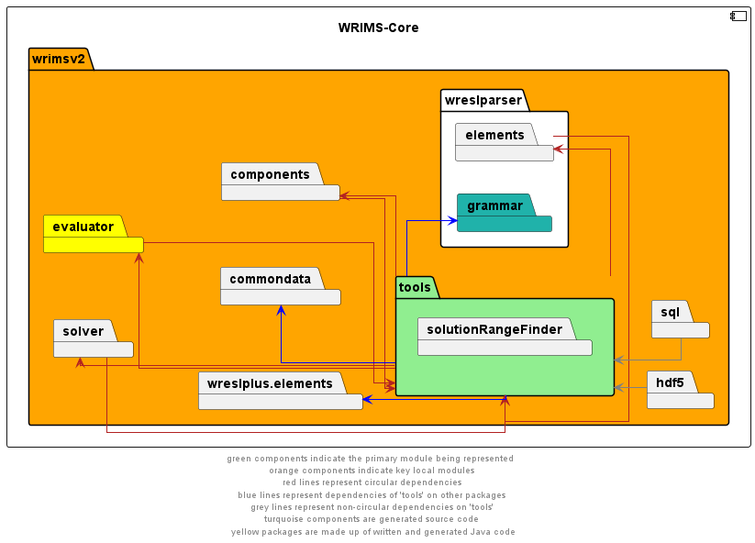
Before: docs/diagrams/wrims-core/wrims-core_tools.png, a diagram exported from PlantUML (CentralValleyModeling/wrims-engine).
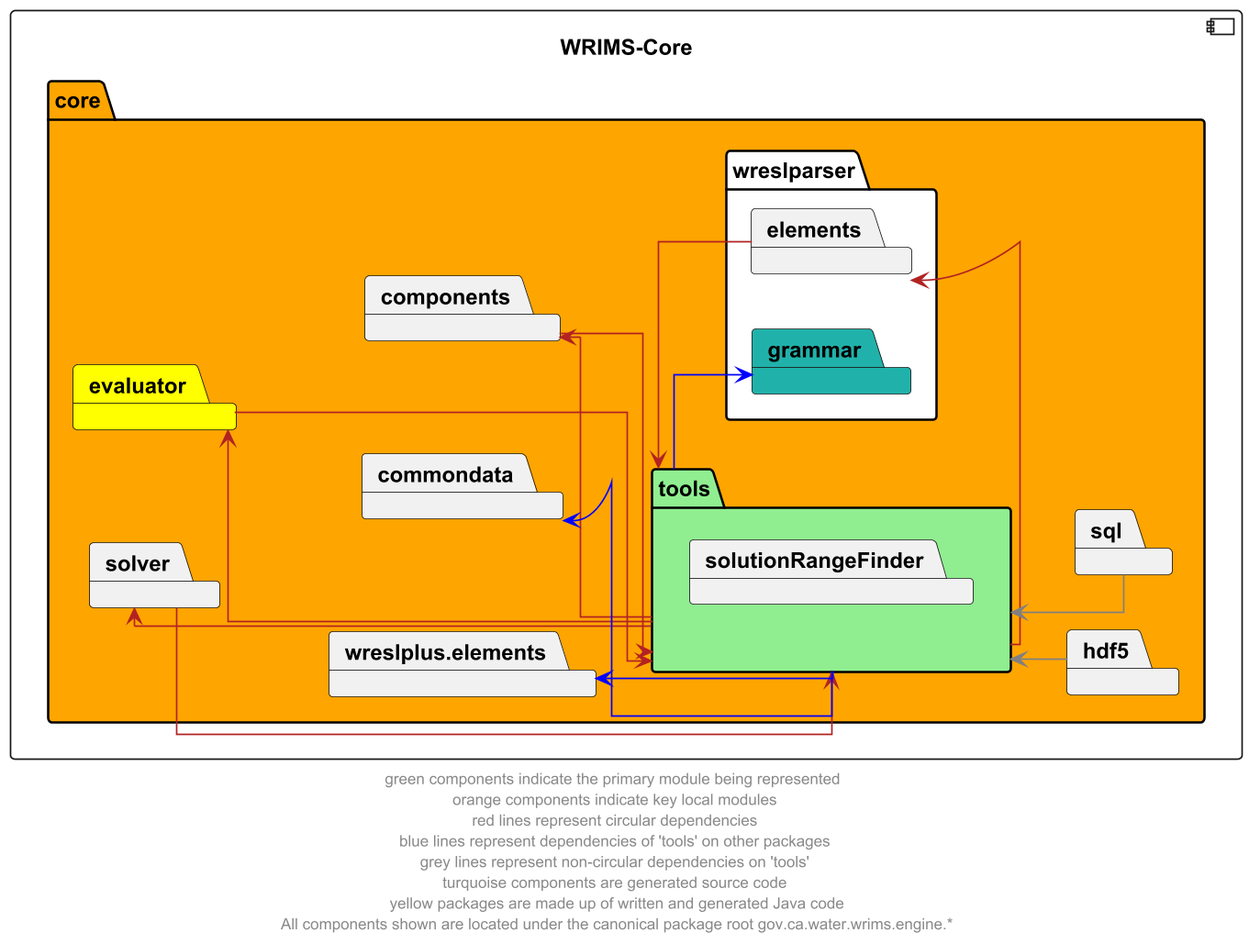
After the commit.

What changed in the source:
```diff
@@ -3,7 +3,7 @@
 skinparam linetype ortho
 
 component wrims_core as "WRIMS-Core" {
-        package wrimsv2 #orange {
+        package core #orange {
             package tools #lightgreen {
                 package solutionRangeFinder
             }
@@ -40,5 +40,5 @@
 components -u[hidden]-> evaluator
 commondata -u[hidden]-> solver
 
-footer "green components indicate the primary module being represented \n orange components indicate key local modules \n red lines represent circular dependencies \n blue lines represent dependencies of 'tools' on other packages \n grey lines represent non-circular dependencies on 'tools' \n turquoise components are generated source code \n yellow packages are made up of written and generated Java code"
+footer "green components indicate the primary module being represented \n orange components indicate key local modules \n red lines represent circular dependencies \n blue lines represent dependencies of 'tools' on other packages \n grey lines represent non-circular dependencies on 'tools' \n turquoise components are generated source code \n yellow packages are made up of written and generated Java code\n All components shown are located under the canonical package root gov.ca.water.wrims.engine.*"
 @enduml
```
